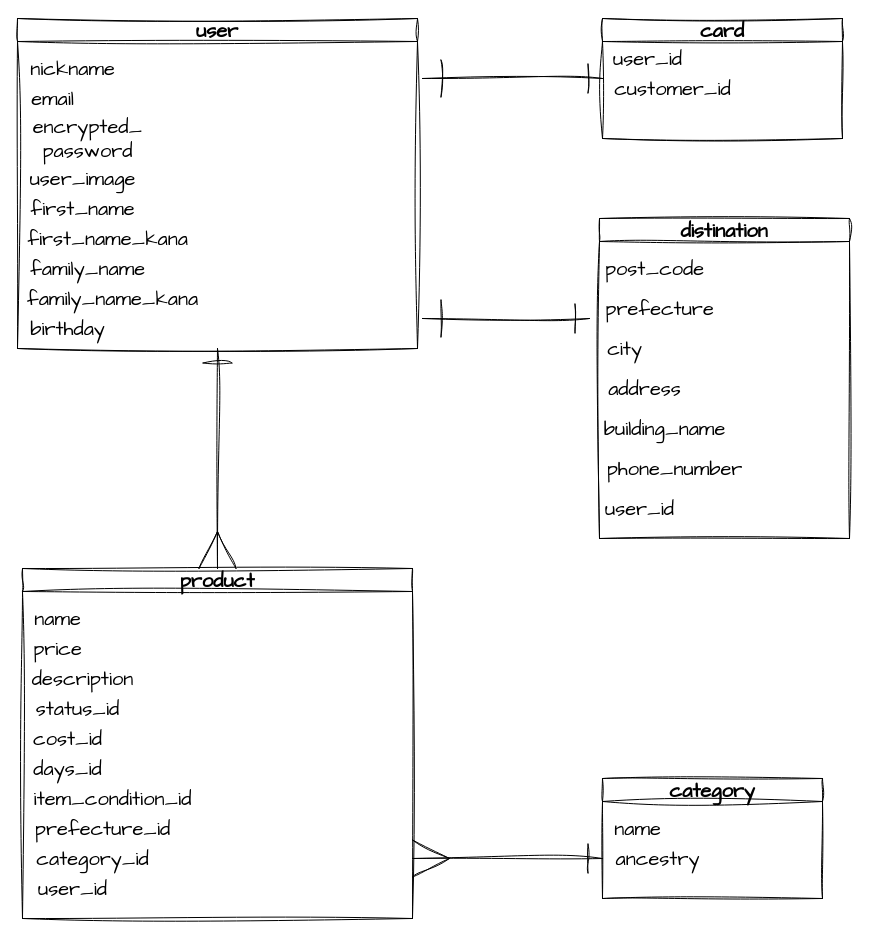
Earlier version of the draw.io diagram Untitled-1.drawio (kouji777/furima-38659). Source tidied: cells renumbered, new cells numbered last; positions are measured from the earlier drawing's top-left corner, leaving out a move shared by most shapes. Both pictures are drawn from the tidied source at 100%, with x=0, y=0 at pixel (17, 18).
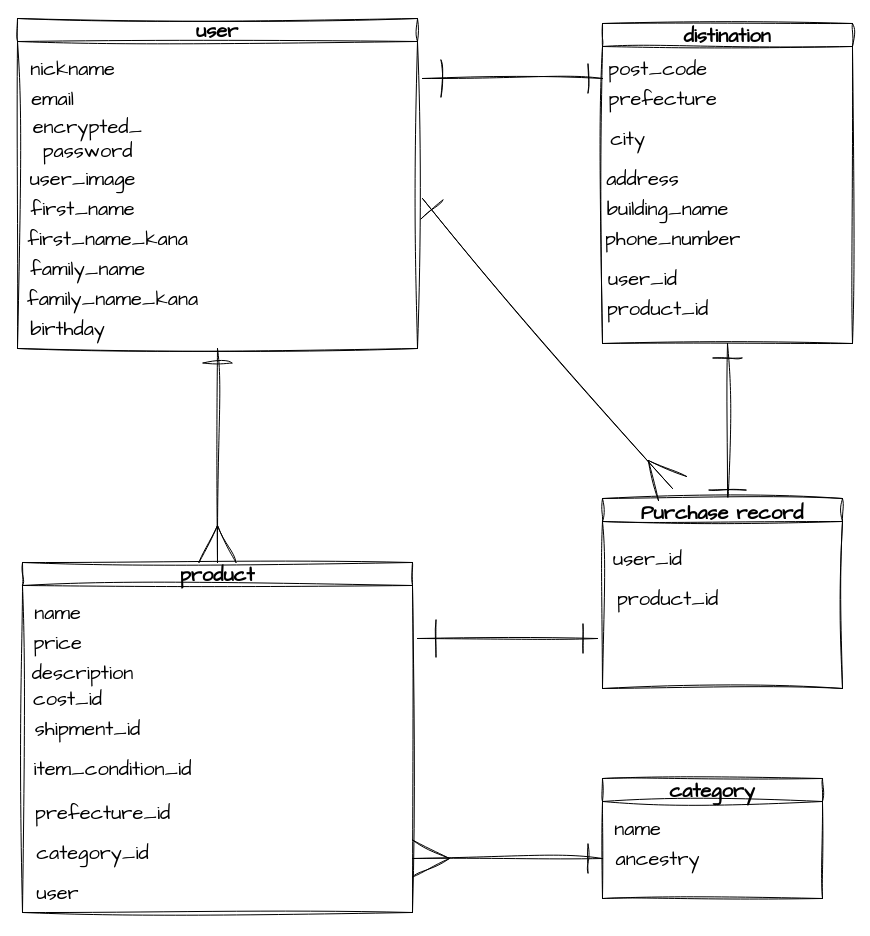
After the change.

Commit message (it also covers changes not shown here):
データベース修正

Diff of the diagram source:
```diff
@@
     <mxCell id="13" value="product" style="swimlane;whiteSpace=wrap;html=1;sketch=1;hachureGap=4;jiggle=2;curveFitting=1;fontFamily=Architects Daughter;fontSize=20;" parent="1" vertex="1">
-      <mxGeometry x="5" y="550" width="390" height="350" as="geometry" />
+      <mxGeometry x="5" y="544" width="390" height="350" as="geometry" />
     </mxCell>
@@
-    <mxCell id="17" value="status_id" style="text;html=1;align=center;verticalAlign=middle;strokeColor=none;fillColor=none;fontSize=20;fontFamily=Architects Daughter;sketch=1;hachureGap=4;jiggle=2;curveFitting=1;" parent="13" vertex="1">
-      <mxGeometry y="120" width="110" height="40" as="geometry" />
-    </mxCell>
     <mxCell id="18" value="cost_id" style="text;html=1;align=center;verticalAlign=middle;strokeColor=none;fillColor=none;fontSize=20;fontFamily=Architects Daughter;sketch=1;hachureGap=4;jiggle=2;curveFitting=1;" parent="13" vertex="1">
-      <mxGeometry y="150" width="90" height="40" as="geometry" />
+      <mxGeometry y="116" width="90" height="40" as="geometry" />
     </mxCell>
-    <mxCell id="19" value="days_id" style="text;html=1;align=center;verticalAlign=middle;strokeColor=none;fillColor=none;fontSize=20;fontFamily=Architects Daughter;sketch=1;hachureGap=4;jiggle=2;curveFitting=1;" parent="13" vertex="1">
-      <mxGeometry y="180" width="90" height="40" as="geometry" />
+    <mxCell id="19" value="shipment_id" style="text;html=1;align=center;verticalAlign=middle;strokeColor=none;fillColor=none;fontSize=20;fontFamily=Architects Daughter;sketch=1;hachureGap=4;jiggle=2;curveFitting=1;" parent="13" vertex="1">
+      <mxGeometry y="146" width="130" height="40" as="geometry" />
     </mxCell>
     <mxCell id="20" value="item_condition_id" style="text;html=1;align=center;verticalAlign=middle;strokeColor=none;fillColor=none;fontSize=20;fontFamily=Architects Daughter;sketch=1;hachureGap=4;jiggle=2;curveFitting=1;" parent="13" vertex="1">
-      <mxGeometry y="210" width="180" height="40" as="geometry" />
+      <mxGeometry y="186" width="180" height="40" as="geometry" />
     </mxCell>
     <mxCell id="21" value="prefecture_id" style="text;html=1;align=center;verticalAlign=middle;strokeColor=none;fillColor=none;fontSize=20;fontFamily=Architects Daughter;sketch=1;hachureGap=4;jiggle=2;curveFitting=1;" parent="13" vertex="1">
-      <mxGeometry y="240" width="160" height="40" as="geometry" />
+      <mxGeometry y="230" width="160" height="40" as="geometry" />
     </mxCell>
@@
-    <mxCell id="23" value="user_id" style="text;html=1;align=center;verticalAlign=middle;strokeColor=none;fillColor=none;fontSize=20;fontFamily=Architects Daughter;sketch=1;hachureGap=4;jiggle=2;curveFitting=1;" parent="13" vertex="1">
-      <mxGeometry x="5" y="300" width="90" height="40" as="geometry" />
+    <mxCell id="23" value="user" style="text;html=1;align=center;verticalAlign=middle;strokeColor=none;fillColor=none;fontSize=20;fontFamily=Architects Daughter;sketch=1;hachureGap=4;jiggle=2;curveFitting=1;" parent="13" vertex="1">
+      <mxGeometry y="310" width="70" height="40" as="geometry" />
     </mxCell>
-    <mxCell id="24" style="edgeStyle=none;rounded=0;sketch=1;hachureGap=4;jiggle=2;curveFitting=1;html=1;strokeWidth=1;fontFamily=Architects Daughter;fontSize=16;startArrow=ERone;startFill=0;endArrow=ERone;endFill=0;startSize=27;endSize=35;targetPerimeterSpacing=0;" parent="1" edge="1" source="25">
+    <mxCell id="24" style="edgeStyle=none;rounded=0;sketch=1;hachureGap=4;jiggle=2;curveFitting=1;html=1;strokeWidth=1;fontFamily=Architects Daughter;fontSize=16;startArrow=ERone;startFill=0;endArrow=ERone;endFill=0;startSize=27;endSize=35;targetPerimeterSpacing=0;" parent="1" edge="1">
       <mxGeometry relative="1" as="geometry">
+        <mxPoint x="585" y="60" as="sourcePoint" />
         <mxPoint x="405" y="60" as="targetPoint" />
       </mxGeometry>
     </mxCell>
-    <mxCell id="25" value="card" style="swimlane;whiteSpace=wrap;html=1;sketch=1;hachureGap=4;jiggle=2;curveFitting=1;fontFamily=Architects Daughter;fontSize=20;" parent="1" vertex="1">
-      <mxGeometry x="585" width="240" height="120" as="geometry" />
-    </mxCell>
-    <mxCell id="26" value="user_id" style="text;html=1;align=center;verticalAlign=middle;strokeColor=none;fillColor=none;fontSize=20;fontFamily=Architects Daughter;sketch=1;hachureGap=4;jiggle=2;curveFitting=1;" parent="25" vertex="1">
-      <mxGeometry y="20" width="90" height="40" as="geometry" />
-    </mxCell>
-    <mxCell id="27" value="customer_id" style="text;html=1;align=center;verticalAlign=middle;strokeColor=none;fillColor=none;fontSize=20;fontFamily=Architects Daughter;sketch=1;hachureGap=4;jiggle=2;curveFitting=1;" parent="25" vertex="1">
-      <mxGeometry y="50" width="140" height="40" as="geometry" />
-    </mxCell>
     <mxCell id="28" value="distination" style="swimlane;whiteSpace=wrap;html=1;sketch=1;hachureGap=4;jiggle=2;curveFitting=1;fontFamily=Architects Daughter;fontSize=20;" parent="1" vertex="1">
-      <mxGeometry x="582" y="200" width="250" height="320" as="geometry" />
+      <mxGeometry x="585" y="5" width="250" height="320" as="geometry" />
     </mxCell>
     <mxCell id="29" value="post_code" style="text;html=1;align=center;verticalAlign=middle;strokeColor=none;fillColor=none;fontSize=20;fontFamily=Architects Daughter;sketch=1;hachureGap=4;jiggle=2;curveFitting=1;" parent="28" vertex="1">
-      <mxGeometry x="-5" y="30" width="120" height="40" as="geometry" />
+      <mxGeometry x="-5" y="25" width="120" height="40" as="geometry" />
     </mxCell>
     <mxCell id="30" value="prefecture" style="text;html=1;align=center;verticalAlign=middle;strokeColor=none;fillColor=none;fontSize=20;fontFamily=Architects Daughter;sketch=1;hachureGap=4;jiggle=2;curveFitting=1;" parent="28" vertex="1">
-      <mxGeometry x="-5" y="70" width="130" height="40" as="geometry" />
+      <mxGeometry x="-5" y="55" width="130" height="40" as="geometry" />
     </mxCell>
     <mxCell id="31" value="city" style="text;html=1;align=center;verticalAlign=middle;strokeColor=none;fillColor=none;fontSize=20;fontFamily=Architects Daughter;sketch=1;hachureGap=4;jiggle=2;curveFitting=1;" parent="28" vertex="1">
-      <mxGeometry x="-5" y="110" width="60" height="40" as="geometry" />
+      <mxGeometry x="-5" y="95" width="60" height="40" as="geometry" />
     </mxCell>
     <mxCell id="32" value="address" style="text;html=1;align=center;verticalAlign=middle;strokeColor=none;fillColor=none;fontSize=20;fontFamily=Architects Daughter;sketch=1;hachureGap=4;jiggle=2;curveFitting=1;" parent="28" vertex="1">
-      <mxGeometry x="-5" y="150" width="100" height="40" as="geometry" />
+      <mxGeometry x="-10" y="135" width="100" height="40" as="geometry" />
     </mxCell>
     <mxCell id="33" value="building_name" style="text;html=1;align=center;verticalAlign=middle;strokeColor=none;fillColor=none;fontSize=20;fontFamily=Architects Daughter;sketch=1;hachureGap=4;jiggle=2;curveFitting=1;" parent="28" vertex="1">
-      <mxGeometry x="-5" y="190" width="140" height="40" as="geometry" />
+      <mxGeometry x="-5" y="165" width="140" height="40" as="geometry" />
     </mxCell>
     <mxCell id="34" value="phone_number" style="text;html=1;align=center;verticalAlign=middle;strokeColor=none;fillColor=none;fontSize=20;fontFamily=Architects Daughter;sketch=1;hachureGap=4;jiggle=2;curveFitting=1;" parent="28" vertex="1">
-      <mxGeometry x="-5" y="230" width="160" height="40" as="geometry" />
+      <mxGeometry x="-10" y="195" width="160" height="40" as="geometry" />
     </mxCell>
     <mxCell id="35" value="user_id" style="text;html=1;align=center;verticalAlign=middle;strokeColor=none;fillColor=none;fontSize=20;fontFamily=Architects Daughter;sketch=1;hachureGap=4;jiggle=2;curveFitting=1;" parent="28" vertex="1">
-      <mxGeometry x="-5" y="270" width="90" height="40" as="geometry" />
+      <mxGeometry x="-5" y="235" width="90" height="40" as="geometry" />
     </mxCell>
+    <mxCell id="41" value="product_id" style="text;html=1;align=center;verticalAlign=middle;strokeColor=none;fillColor=none;fontSize=20;fontFamily=Architects Daughter;sketch=1;hachureGap=4;jiggle=2;curveFitting=1;" parent="28" vertex="1">
+      <mxGeometry x="-10" y="265" width="130" height="40" as="geometry" />
+    </mxCell>
@@
-    <mxCell id="39" style="edgeStyle=none;rounded=0;sketch=1;hachureGap=4;jiggle=2;curveFitting=1;html=1;strokeWidth=1;fontFamily=Architects Daughter;fontSize=16;startArrow=ERone;startFill=0;endArrow=ERone;endFill=0;startSize=27;endSize=35;targetPerimeterSpacing=0;" parent="1" edge="1">
-      <mxGeometry relative="1" as="geometry">
-        <mxPoint x="572" y="300" as="sourcePoint" />
-        <mxPoint x="405" y="300" as="targetPoint" />
-      </mxGeometry>
+    <mxCell id="39" style="edgeStyle=none;rounded=0;sketch=1;hachureGap=4;jiggle=2;curveFitting=1;html=1;strokeWidth=1;fontFamily=Architects Daughter;fontSize=16;startArrow=ERone;startFill=0;endArrow=ERone;endFill=0;startSize=27;endSize=35;targetPerimeterSpacing=0;entryX=0.521;entryY=0.053;entryDx=0;entryDy=0;entryPerimeter=0;exitX=0.5;exitY=1;exitDx=0;exitDy=0;" parent="1" edge="1" source="28" target="42">
+      <mxGeometry relative="1" as="geometry" />
     </mxCell>
@@
+    <mxCell id="42" value="Purchase record" style="swimlane;sketch=1;hachureGap=4;jiggle=2;curveFitting=1;fontFamily=Architects Daughter;fontSize=20;" parent="1" vertex="1">
+      <mxGeometry x="585" y="480" width="240" height="190" as="geometry" />
+    </mxCell>
+    <mxCell id="43" value="product_id" style="text;html=1;align=center;verticalAlign=middle;strokeColor=none;fillColor=none;fontSize=20;fontFamily=Architects Daughter;sketch=1;hachureGap=4;jiggle=2;curveFitting=1;" parent="42" vertex="1">
+      <mxGeometry y="80" width="130" height="40" as="geometry" />
+    </mxCell>
+    <mxCell id="26" value="user_id" style="text;html=1;align=center;verticalAlign=middle;strokeColor=none;fillColor=none;fontSize=20;fontFamily=Architects Daughter;sketch=1;hachureGap=4;jiggle=2;curveFitting=1;" parent="42" vertex="1">
+      <mxGeometry y="40" width="90" height="40" as="geometry" />
+    </mxCell>
+    <mxCell id="44" value="&lt;div style=&quot;color: rgb(212, 212, 212); background-color: rgb(30, 30, 30); font-family: Menlo, Monaco, &amp;quot;Courier New&amp;quot;, monospace; font-size: 12px; line-height: 18px;&quot;&gt;&lt;br&gt;&lt;/div&gt;" style="text;html=1;align=center;verticalAlign=middle;strokeColor=none;fillColor=none;fontSize=20;fontFamily=Architects Daughter;sketch=1;hachureGap=4;jiggle=2;curveFitting=1;" parent="1" vertex="1">
+      <mxGeometry x="635" y="515" width="20" height="30" as="geometry" />
+    </mxCell>
+    <mxCell id="45" style="edgeStyle=none;sketch=1;hachureGap=4;jiggle=2;curveFitting=1;html=1;fontFamily=Architects Daughter;fontSize=16;startArrow=ERone;startFill=0;endArrow=ERmany;endFill=0;strokeWidth=1;rounded=0;targetPerimeterSpacing=0;endSize=35;startSize=27;" parent="1" edge="1">
+      <mxGeometry relative="1" as="geometry">
+        <mxPoint x="405" y="180" as="sourcePoint" />
+        <mxPoint x="655" y="470" as="targetPoint" />
+      </mxGeometry>
+    </mxCell>
+    <mxCell id="46" style="edgeStyle=none;rounded=0;sketch=1;hachureGap=4;jiggle=2;curveFitting=1;html=1;strokeWidth=1;fontFamily=Architects Daughter;fontSize=16;startArrow=ERone;startFill=0;endArrow=ERone;endFill=0;startSize=27;endSize=35;targetPerimeterSpacing=0;" parent="1" edge="1">
+      <mxGeometry relative="1" as="geometry">
+        <mxPoint x="580" y="620" as="sourcePoint" />
+        <mxPoint x="400" y="620" as="targetPoint" />
+      </mxGeometry>
+    </mxCell>
```
